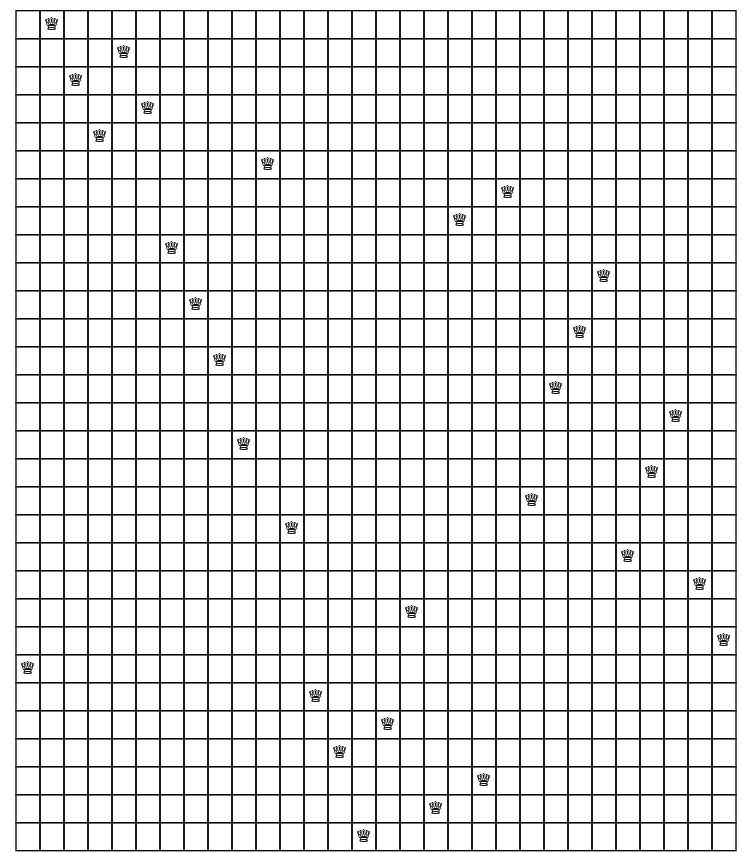
Above: graph.dot.png in CSUNSA1704250/parallel-nqueens-problem-omp (Graphviz), before the change. Its source is kept beside it as graph.dot.
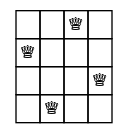
Above is the later version.

The edit, as a diff of the source:
```diff
@@ -3,30 +3,9 @@
   some_node [
   label=<
   <table border="0" cellborder="1" cellspacing="0">
-  <tr><td></td><td>&#9813;</td><td></td><td></td><td></td><td></td><td></td><td></td><td></td><td></td><td></td><td></td><td></td><td></td><td></td><td></td><td></td><td></td><td></td><td></td><td></td><td></td><td></td><td></td><td></td> </tr>
- <tr><td></td><td></td><td></td><td></td><td>&#9813;</td><td></td><td></td><td></td><td></td><td></td><td></td><td></td><td></td><td></td><td></td><td></td><td></td><td></td><td></td><td></td><td></td><td></td><td></td><td></td><td></td> </tr>
- <tr><td></td><td></td><td>&#9813;</td><td></td><td></td><td></td><td></td><td></td><td></td><td></td><td></td><td></td><td></td><td></td><td></td><td></td><td></td><td></td><td></td><td></td><td></td><td></td><td></td><td></td><td></td> </tr>
- <tr><td></td><td></td><td></td><td></td><td></td><td>&#9813;</td><td></td><td></td><td></td><td></td><td></td><td></td><td></td><td></td><td></td><td></td><td></td><td></td><td></td><td></td><td></td><td></td><td></td><td></td><td></td> </tr>
- <tr><td></td><td></td><td></td><td>&#9813;</td><td></td><td></td><td></td><td></td><td></td><td></td><td></td><td></td><td></td><td></td><td></td><td></td><td></td><td></td><td></td><td></td><td></td><td></td><td></td><td></td><td></td> </tr>
- <tr><td></td><td></td><td></td><td></td><td></td><td></td><td></td><td></td><td></td><td></td><td></td><td></td><td></td><td></td><td></td><td></td><td></td><td></td><td></td><td>&#9813;</td><td></td><td></td><td></td><td></td><td></td> </tr>
- <tr><td></td><td></td><td></td><td></td><td></td><td></td><td></td><td></td><td></td><td></td><td></td><td></td><td></td><td></td><td></td><td></td><td>&#9813;</td><td></td><td></td><td></td><td></td><td></td><td></td><td></td><td></td> </tr>
- <tr><td></td><td></td><td></td><td></td><td></td><td></td><td></td><td></td><td></td><td></td><td></td><td></td><td></td><td></td><td></td><td></td><td></td><td></td><td></td><td></td><td>&#9813;</td><td></td><td></td><td></td><td></td> </tr>
- <tr><td></td><td></td><td></td><td></td><td></td><td></td><td>&#9813;</td><td></td><td></td><td></td><td></td><td></td><td></td><td></td><td></td><td></td><td></td><td></td><td></td><td></td><td></td><td></td><td></td><td></td><td></td> </tr>
- <tr><td></td><td></td><td></td><td></td><td></td><td></td><td></td><td></td><td></td><td></td><td></td><td></td><td></td><td></td><td></td><td></td><td></td><td></td><td></td><td></td><td></td><td>&#9813;</td><td></td><td></td><td></td> </tr>
- <tr><td></td><td></td><td></td><td></td><td></td><td></td><td></td><td>&#9813;</td><td></td><td></td><td></td><td></td><td></td><td></td><td></td><td></td><td></td><td></td><td></td><td></td><td></td><td></td><td></td><td></td><td></td> </tr>
- <tr><td></td><td></td><td></td><td></td><td></td><td></td><td></td><td></td><td></td><td></td><td></td><td></td><td></td><td></td><td></td><td></td><td></td><td>&#9813;</td><td></td><td></td><td></td><td></td><td></td><td></td><td></td> </tr>
- <tr><td></td><td></td><td></td><td></td><td></td><td></td><td></td><td></td><td>&#9813;</td><td></td><td></td><td></td><td></td><td></td><td></td><td></td><td></td><td></td><td></td><td></td><td></td><td></td><td></td><td></td><td></td> </tr>
- <tr><td></td><td></td><td></td><td></td><td></td><td></td><td></td><td></td><td></td><td></td><td></td><td></td><td></td><td></td><td></td><td></td><td></td><td></td><td>&#9813;</td><td></td><td></td><td></td><td></td><td></td><td></td> </tr>
- <tr><td></td><td></td><td></td><td></td><td></td><td></td><td></td><td></td><td></td><td>&#9813;</td><td></td><td></td><td></td><td></td><td></td><td></td><td></td><td></td><td></td><td></td><td></td><td></td><td></td><td></td><td></td> </tr>
- <tr><td></td><td></td><td></td><td></td><td></td><td></td><td></td><td></td><td></td><td></td><td></td><td></td><td></td><td></td><td></td><td></td><td></td><td></td><td></td><td></td><td></td><td></td><td></td><td>&#9813;</td><td></td> </tr>
- <tr><td></td><td></td><td></td><td></td><td></td><td></td><td></td><td></td><td></td><td></td><td>&#9813;</td><td></td><td></td><td></td><td></td><td></td><td></td><td></td><td></td><td></td><td></td><td></td><td></td><td></td><td></td> </tr>
- <tr><td></td><td></td><td></td><td></td><td></td><td></td><td></td><td></td><td></td><td></td><td></td><td></td><td></td><td></td><td></td><td></td><td></td><td></td><td></td><td></td><td></td><td></td><td></td><td></td><td>&#9813;</td> </tr>
- <tr><td></td><td></td><td></td><td></td><td></td><td></td><td></td><td></td><td></td><td></td><td></td><td></td><td></td><td></td><td></td><td></td><td></td><td></td><td></td><td></td><td></td><td></td><td>&#9813;</td><td></td><td></td> </tr>
- <tr><td>&#9813;</td><td></td><td></td><td></td><td></td><td></td><td></td><td></td><td></td><td></td><td></td><td></td><td></td><td></td><td></td><td></td><td></td><td></td><td></td><td></td><td></td><td></td><td></td><td></td><td></td> </tr>
- <tr><td></td><td></td><td></td><td></td><td></td><td></td><td></td><td></td><td></td><td></td><td></td><td></td><td></td><td>&#9813;</td><td></td><td></td><td></td><td></td><td></td><td></td><td></td><td></td><td></td><td></td><td></td> </tr>
- <tr><td></td><td></td><td></td><td></td><td></td><td></td><td></td><td></td><td></td><td></td><td></td><td>&#9813;</td><td></td><td></td><td></td><td></td><td></td><td></td><td></td><td></td><td></td><td></td><td></td><td></td><td></td> </tr>
- <tr><td></td><td></td><td></td><td></td><td></td><td></td><td></td><td></td><td></td><td></td><td></td><td></td><td></td><td></td><td>&#9813;</td><td></td><td></td><td></td><td></td><td></td><td></td><td></td><td></td><td></td><td></td> </tr>
- <tr><td></td><td></td><td></td><td></td><td></td><td></td><td></td><td></td><td></td><td></td><td></td><td></td><td>&#9813;</td><td></td><td></td><td></td><td></td><td></td><td></td><td></td><td></td><td></td><td></td><td></td><td></td> </tr>
- <tr><td></td><td></td><td></td><td></td><td></td><td></td><td></td><td></td><td></td><td></td><td></td><td></td><td></td><td></td><td></td><td>&#9813;</td><td></td><td></td><td></td><td></td><td></td><td></td><td></td><td></td><td></td> </tr>
+  <tr><td></td><td></td><td>&#9813;</td><td></td> </tr>
+ <tr><td>&#9813;</td><td></td><td></td><td></td> </tr>
+ <tr><td></td><td></td><td></td><td>&#9813;</td> </tr>
+ <tr><td></td><td>&#9813;</td><td></td><td></td> </tr>
 </table>>];
  }
```
